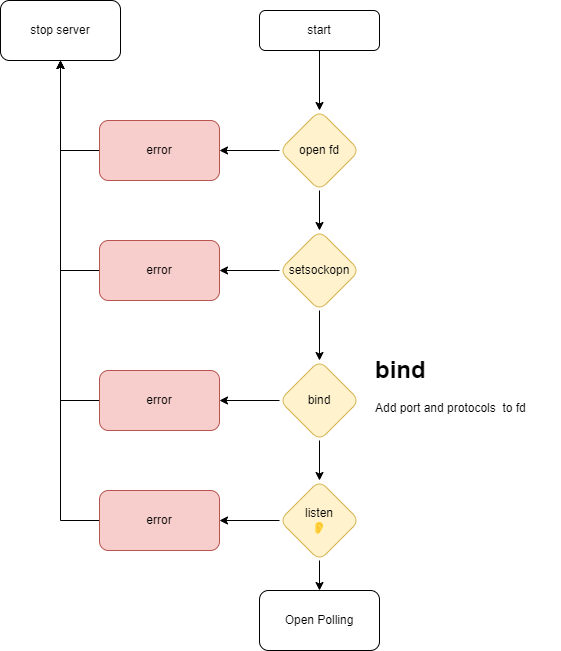
i99dev/ft_irc keeps this draw.io diagram as assets/open_socket.png. Above is the earlier version. Source tidied: cells renumbered, new cells last; positions are measured from the earlier drawing's top-left corner, leaving out a move shared by most shapes. The source it was exported from:
```xml
<mxGraphModel>
  <root>
    <mxCell id="0" />
    <mxCell id="1" parent="0" />
    <mxCell id="2" style="edgeStyle=orthogonalEdgeStyle;rounded=0;jettySize=auto;html=1;" parent="1" edge="1" source="3" target="5">
      <mxGeometry relative="1" as="geometry" />
    </mxCell>
    <mxCell id="3" value="start" style="rounded=1;whiteSpace=wrap;html=1;" parent="1" vertex="1">
      <mxGeometry x="259" y="10" width="120" height="40" as="geometry" />
    </mxCell>
    <mxCell id="4" style="edgeStyle=orthogonalEdgeStyle;rounded=0;jettySize=auto;html=1;" parent="1" edge="1" source="5" target="7">
      <mxGeometry relative="1" as="geometry" />
    </mxCell>
    <mxCell id="5" value="open fd" style="rhombus;whiteSpace=wrap;html=1;rounded=1;fillColor=#fff2cc;strokeColor=#d6b656;" parent="1" vertex="1">
      <mxGeometry x="279" y="110" width="80" height="80" as="geometry" />
    </mxCell>
    <mxCell id="6" style="edgeStyle=orthogonalEdgeStyle;rounded=0;jettySize=auto;html=1;exitX=0;exitY=0.5;exitDx=0;exitDy=0;entryX=0.5;entryY=1;entryDx=0;entryDy=0;" parent="1" edge="1" source="7" target="23">
      <mxGeometry relative="1" as="geometry" />
    </mxCell>
    <mxCell id="7" value="error" style="whiteSpace=wrap;html=1;rounded=1;fillColor=#f8cecc;strokeColor=#b85450;" parent="1" vertex="1">
      <mxGeometry x="99" y="120" width="120" height="60" as="geometry" />
    </mxCell>
    <mxCell id="8" style="edgeStyle=orthogonalEdgeStyle;rounded=0;jettySize=auto;html=1;exitX=0.5;exitY=1;exitDx=0;exitDy=0;" parent="1" edge="1" source="5" target="11">
      <mxGeometry relative="1" as="geometry" />
    </mxCell>
    <mxCell id="9" style="edgeStyle=orthogonalEdgeStyle;rounded=0;jettySize=auto;html=1;" parent="1" edge="1" source="11" target="13">
      <mxGeometry relative="1" as="geometry" />
    </mxCell>
    <mxCell id="10" style="edgeStyle=orthogonalEdgeStyle;rounded=0;jettySize=auto;html=1;" parent="1" edge="1" source="11" target="16">
      <mxGeometry relative="1" as="geometry" />
    </mxCell>
    <mxCell id="11" value="setsockopn" style="rhombus;whiteSpace=wrap;html=1;rounded=1;fillColor=#fff2cc;strokeColor=#d6b656;" parent="1" vertex="1">
      <mxGeometry x="279" y="230" width="80" height="80" as="geometry" />
    </mxCell>
    <mxCell id="12" style="edgeStyle=orthogonalEdgeStyle;rounded=0;jettySize=auto;html=1;exitX=0;exitY=0.5;exitDx=0;exitDy=0;" parent="1" edge="1" source="13">
      <mxGeometry relative="1" as="geometry">
        <mxPoint x="60" y="50" as="targetPoint" />
      </mxGeometry>
    </mxCell>
    <mxCell id="13" value="error" style="whiteSpace=wrap;html=1;rounded=1;fillColor=#f8cecc;strokeColor=#b85450;" parent="1" vertex="1">
      <mxGeometry x="99" y="240" width="120" height="60" as="geometry" />
    </mxCell>
    <mxCell id="14" style="edgeStyle=orthogonalEdgeStyle;rounded=0;jettySize=auto;html=1;" parent="1" edge="1" source="16" target="18">
      <mxGeometry relative="1" as="geometry" />
    </mxCell>
    <mxCell id="15" style="edgeStyle=orthogonalEdgeStyle;rounded=0;jettySize=auto;html=1;" parent="1" edge="1" source="16" target="22">
      <mxGeometry relative="1" as="geometry" />
    </mxCell>
    <mxCell id="16" value="bind" style="rhombus;whiteSpace=wrap;html=1;rounded=1;fillColor=#fff2cc;strokeColor=#d6b656;" parent="1" vertex="1">
      <mxGeometry x="279" y="360" width="80" height="80" as="geometry" />
    </mxCell>
    <mxCell id="17" style="edgeStyle=orthogonalEdgeStyle;rounded=0;jettySize=auto;html=1;exitX=0;exitY=0.5;exitDx=0;exitDy=0;entryX=0.5;entryY=1;entryDx=0;entryDy=0;" parent="1" edge="1" source="18" target="23">
      <mxGeometry relative="1" as="geometry" />
    </mxCell>
    <mxCell id="18" value="error" style="whiteSpace=wrap;html=1;rounded=1;fillColor=#f8cecc;strokeColor=#b85450;" parent="1" vertex="1">
      <mxGeometry x="99" y="370" width="120" height="60" as="geometry" />
    </mxCell>
    <mxCell id="19" value="&lt;h1&gt;bind&lt;/h1&gt;&lt;p&gt;Add port and protocols&amp;nbsp; to fd&lt;/p&gt;" style="text;html=1;strokeColor=none;fillColor=none;spacing=5;spacingTop=-20;whiteSpace=wrap;overflow=hidden;rounded=0;" parent="1" vertex="1">
      <mxGeometry x="370" y="350" width="190" height="80" as="geometry" />
    </mxCell>
    <mxCell id="20" style="edgeStyle=orthogonalEdgeStyle;rounded=0;jettySize=auto;html=1;" parent="1" edge="1" source="22" target="25">
      <mxGeometry relative="1" as="geometry" />
    </mxCell>
    <mxCell id="21" style="edgeStyle=orthogonalEdgeStyle;rounded=0;jettySize=auto;html=1;" parent="1" edge="1" source="22" target="26">
      <mxGeometry relative="1" as="geometry" />
    </mxCell>
    <mxCell id="22" value="listen&lt;br&gt;&amp;nbsp;👂&amp;nbsp;" style="rhombus;whiteSpace=wrap;html=1;rounded=1;fillColor=#fff2cc;strokeColor=#d6b656;" parent="1" vertex="1">
      <mxGeometry x="279" y="480" width="80" height="80" as="geometry" />
    </mxCell>
    <mxCell id="23" value="stop server" style="rounded=1;whiteSpace=wrap;html=1;" parent="1" vertex="1">
      <mxGeometry width="120" height="60" as="geometry" />
    </mxCell>
    <mxCell id="24" style="edgeStyle=orthogonalEdgeStyle;rounded=0;jettySize=auto;html=1;exitX=0;exitY=0.5;exitDx=0;exitDy=0;entryX=0.5;entryY=1;entryDx=0;entryDy=0;" parent="1" edge="1" source="25" target="23">
      <mxGeometry relative="1" as="geometry" />
    </mxCell>
    <mxCell id="25" value="error" style="whiteSpace=wrap;html=1;rounded=1;fillColor=#f8cecc;strokeColor=#b85450;" parent="1" vertex="1">
      <mxGeometry x="99" y="490" width="120" height="60" as="geometry" />
    </mxCell>
    <mxCell id="26" value="Open Polling" style="whiteSpace=wrap;html=1;rounded=1;" parent="1" vertex="1">
      <mxGeometry x="259" y="590" width="120" height="60" as="geometry" />
    </mxCell>
  </root>
</mxGraphModel>
```
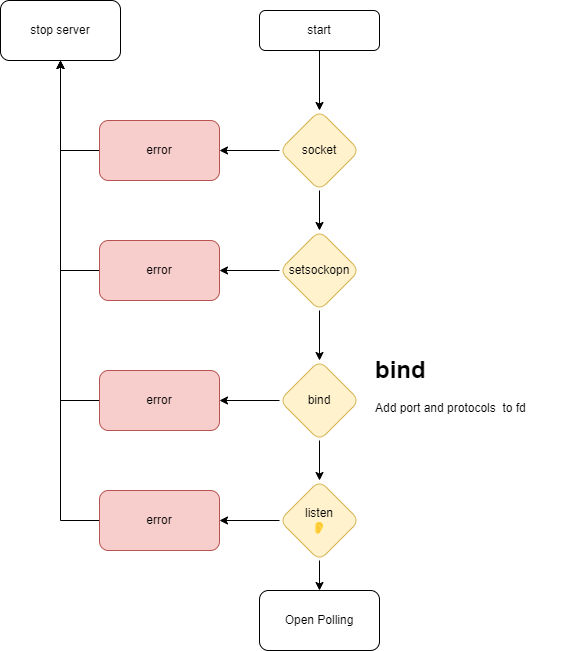
Above is the later version.

The edit, as a diff of the source:
```diff
@@ -11,7 +11,7 @@
     <mxCell id="4" style="edgeStyle=orthogonalEdgeStyle;rounded=0;jettySize=auto;html=1;" parent="1" edge="1" source="5" target="7">
       <mxGeometry relative="1" as="geometry" />
     </mxCell>
-    <mxCell id="5" value="open fd" style="rhombus;whiteSpace=wrap;html=1;rounded=1;fillColor=#fff2cc;strokeColor=#d6b656;" parent="1" vertex="1">
+    <mxCell id="5" value="socket" style="rhombus;whiteSpace=wrap;html=1;rounded=1;fillColor=#fff2cc;strokeColor=#d6b656;" parent="1" vertex="1">
       <mxGeometry x="279" y="110" width="80" height="80" as="geometry" />
     </mxCell>
     <mxCell id="6" style="edgeStyle=orthogonalEdgeStyle;rounded=0;jettySize=auto;html=1;exitX=0;exitY=0.5;exitDx=0;exitDy=0;entryX=0.5;entryY=1;entryDx=0;entryDy=0;" parent="1" edge="1" source="7" target="23">
```
